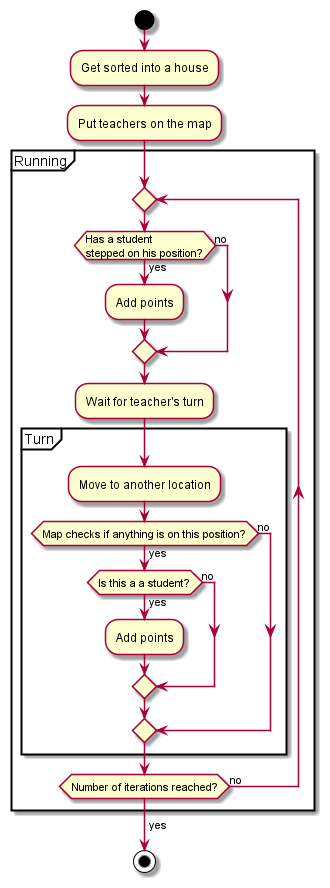
Above: diagrams/activity-teacher.png in bauerkamil/hogwartSim (PlantUML), before the change.
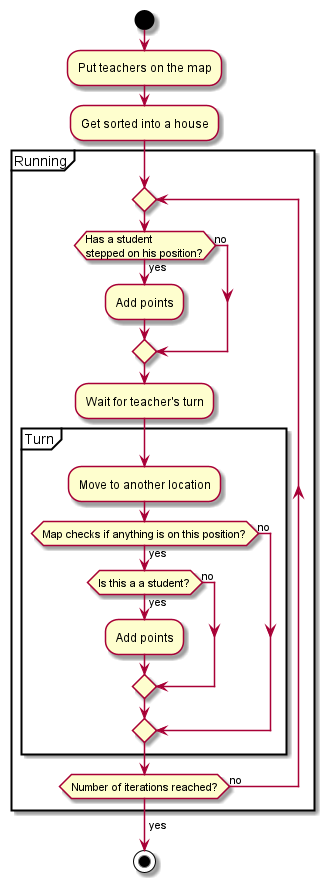
After the commit.

Diff of the diagram source:
```diff
@@ -2,8 +2,8 @@
 
 start
 
+:Put teachers on the map;
 :Get sorted into a house;
-:Put teachers on the map;
 
 partition Running {
     repeat
```
